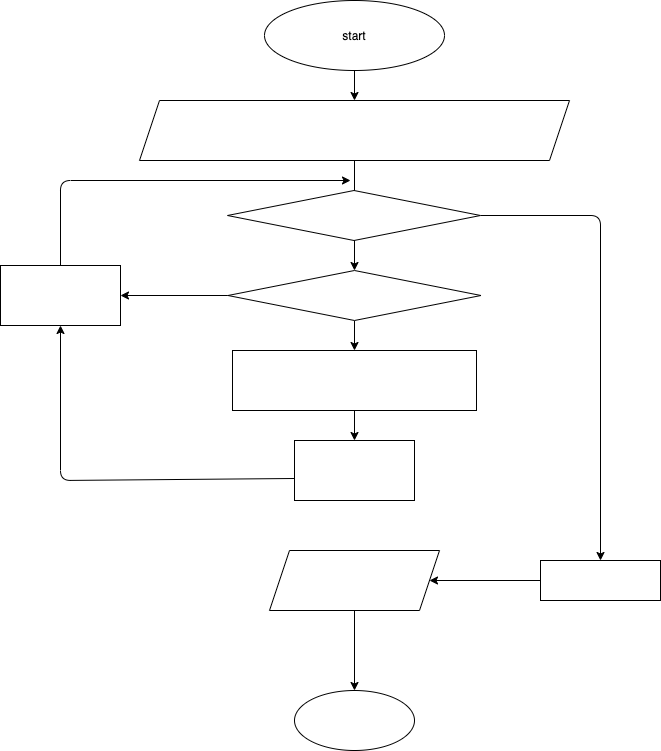
The draw.io diagram block.png in LostAmethyst/final_test, before a commit. Source tidied: cells renumbered, new cells last; positions are measured from the earlier drawing's top-left corner, leaving out a move shared by most shapes. Source of this version:
```xml
<mxGraphModel>
  <root>
    <mxCell id="0" />
    <mxCell id="1" parent="0" />
    <mxCell id="2" style="edgeStyle=none;html=1;fontColor=#FFFFFF;" parent="1" edge="1" source="3" target="5">
      <mxGeometry relative="1" as="geometry" />
    </mxCell>
    <mxCell id="3" value="start" style="ellipse;whiteSpace=wrap;html=1;" parent="1" vertex="1">
      <mxGeometry x="264" width="180" height="70" as="geometry" />
    </mxCell>
    <mxCell id="4" style="edgeStyle=none;html=1;fontColor=#FFFFFF;" parent="1" edge="1" source="5" target="10">
      <mxGeometry relative="1" as="geometry" />
    </mxCell>
    <mxCell id="5" value="&lt;p class=&quot;p1&quot; style=&quot;margin: 0px ; font-stretch: normal ; font-size: 13px ; line-height: normal ; font-family: &amp;#34;helvetica neue&amp;#34;&quot;&gt;&lt;font color=&quot;#ffffff&quot;&gt;string[] firstArray = { &quot;1234&quot;, &quot;1567&quot;, &quot;-2&quot;, &quot;computer science&quot;};&lt;/font&gt;&lt;/p&gt;&lt;p class=&quot;p1&quot; style=&quot;margin: 0px ; font-stretch: normal ; font-size: 13px ; line-height: normal ; font-family: &amp;#34;helvetica neue&amp;#34;&quot;&gt;&lt;font color=&quot;#ffffff&quot;&gt;string[] newArray = GetArray(firstArray);&lt;/font&gt;&lt;/p&gt;&lt;p class=&quot;p1&quot; style=&quot;margin: 0px ; font-stretch: normal ; font-size: 13px ; line-height: normal ; font-family: &amp;#34;helvetica neue&amp;#34;&quot;&gt;&lt;font color=&quot;#ffffff&quot;&gt;var i = 0;&lt;/font&gt;&lt;/p&gt;&lt;p class=&quot;p1&quot; style=&quot;margin: 0px ; font-stretch: normal ; font-size: 13px ; line-height: normal ; font-family: &amp;#34;helvetica neue&amp;#34;&quot;&gt;&lt;font color=&quot;#ffffff&quot;&gt;int realSize = 0;&amp;nbsp;&lt;/font&gt;&lt;/p&gt;" style="shape=parallelogram;perimeter=parallelogramPerimeter;whiteSpace=wrap;html=1;fixedSize=1;" parent="1" vertex="1">
      <mxGeometry x="139" y="100" width="430" height="60" as="geometry" />
    </mxCell>
    <mxCell id="6" style="edgeStyle=none;html=1;fontColor=#FFFFFF;" parent="1" edge="1" source="7" target="21">
      <mxGeometry relative="1" as="geometry">
        <Array as="points">
          <mxPoint x="600" y="215" />
        </Array>
      </mxGeometry>
    </mxCell>
    <mxCell id="7" value="i &amp;lt; firstArray.Length" style="rhombus;whiteSpace=wrap;html=1;fontColor=#FFFFFF;" parent="1" vertex="1">
      <mxGeometry x="227" y="190" width="253" height="50" as="geometry" />
    </mxCell>
    <mxCell id="8" style="edgeStyle=none;html=1;fontColor=#FFFFFF;" parent="1" edge="1" source="10" target="12">
      <mxGeometry relative="1" as="geometry" />
    </mxCell>
    <mxCell id="9" style="edgeStyle=none;html=1;entryX=1;entryY=0.5;entryDx=0;entryDy=0;fontColor=#FFFFFF;" parent="1" edge="1" source="10" target="16">
      <mxGeometry relative="1" as="geometry" />
    </mxCell>
    <mxCell id="10" value="firstArray[i].Length &amp;lt;= 3" style="rhombus;whiteSpace=wrap;html=1;fontColor=#FFFFFF;" parent="1" vertex="1">
      <mxGeometry x="227.5" y="270" width="253" height="50" as="geometry" />
    </mxCell>
    <mxCell id="11" style="edgeStyle=none;html=1;fontColor=#FFFFFF;" parent="1" edge="1" source="12" target="14">
      <mxGeometry relative="1" as="geometry" />
    </mxCell>
    <mxCell id="12" value="newArray[realSize] = firstArray[i];" style="rounded=0;whiteSpace=wrap;html=1;fontColor=#FFFFFF;" parent="1" vertex="1">
      <mxGeometry x="232" y="350" width="244" height="60" as="geometry" />
    </mxCell>
    <mxCell id="13" style="edgeStyle=none;html=1;fontColor=#FFFFFF;exitX=0.008;exitY=0.633;exitDx=0;exitDy=0;exitPerimeter=0;" parent="1" edge="1" source="14" target="16">
      <mxGeometry relative="1" as="geometry">
        <Array as="points">
          <mxPoint x="60" y="480" />
        </Array>
      </mxGeometry>
    </mxCell>
    <mxCell id="14" value="realSize ++;" style="rounded=0;whiteSpace=wrap;html=1;fontColor=#FFFFFF;" parent="1" vertex="1">
      <mxGeometry x="294" y="440" width="120" height="60" as="geometry" />
    </mxCell>
    <mxCell id="15" style="edgeStyle=none;html=1;fontColor=#FFFFFF;" parent="1" edge="1" source="16">
      <mxGeometry relative="1" as="geometry">
        <mxPoint x="350" y="180" as="targetPoint" />
        <Array as="points">
          <mxPoint x="60" y="180" />
        </Array>
      </mxGeometry>
    </mxCell>
    <mxCell id="16" value="i++;" style="rounded=0;whiteSpace=wrap;html=1;fontColor=#FFFFFF;" parent="1" vertex="1">
      <mxGeometry y="265" width="120" height="60" as="geometry" />
    </mxCell>
    <mxCell id="17" value="yes" style="text;html=1;align=center;verticalAlign=middle;strokeColor=none;fillColor=none;fontColor=#FFFFFF;" parent="1" vertex="1">
      <mxGeometry x="354" y="245" width="30" height="20" as="geometry" />
    </mxCell>
    <mxCell id="18" value="yes" style="text;html=1;align=center;verticalAlign=middle;strokeColor=none;fillColor=none;fontColor=#FFFFFF;" parent="1" vertex="1">
      <mxGeometry x="360" y="325" width="30" height="20" as="geometry" />
    </mxCell>
    <mxCell id="19" value="no" style="text;html=1;align=center;verticalAlign=middle;strokeColor=none;fillColor=none;fontColor=#FFFFFF;" parent="1" vertex="1">
      <mxGeometry x="135" y="270" width="30" height="20" as="geometry" />
    </mxCell>
    <mxCell id="20" style="edgeStyle=none;html=1;fontColor=#FFFFFF;" parent="1" edge="1" source="21" target="24">
      <mxGeometry relative="1" as="geometry" />
    </mxCell>
    <mxCell id="21" value="Array.Resize" style="whiteSpace=wrap;html=1;fontColor=#FFFFFF;" parent="1" vertex="1">
      <mxGeometry x="540" y="560" width="120" height="40" as="geometry" />
    </mxCell>
    <mxCell id="22" value="no" style="text;html=1;align=center;verticalAlign=middle;strokeColor=none;fillColor=none;fontColor=#FFFFFF;" parent="1" vertex="1">
      <mxGeometry x="500" y="195" width="30" height="20" as="geometry" />
    </mxCell>
    <mxCell id="23" style="edgeStyle=none;html=1;fontColor=#FFFFFF;" parent="1" edge="1" source="24" target="25">
      <mxGeometry relative="1" as="geometry" />
    </mxCell>
    <mxCell id="24" value="PrintArray(firstArray);&lt;br&gt;PrintArray(newArray);" style="shape=parallelogram;perimeter=parallelogramPerimeter;whiteSpace=wrap;html=1;fixedSize=1;fontColor=#FFFFFF;" parent="1" vertex="1">
      <mxGeometry x="269" y="550" width="170" height="60" as="geometry" />
    </mxCell>
    <mxCell id="25" value="finish" style="ellipse;whiteSpace=wrap;html=1;fontColor=#FFFFFF;" parent="1" vertex="1">
      <mxGeometry x="294" y="690" width="120" height="60" as="geometry" />
    </mxCell>
  </root>
</mxGraphModel>
```
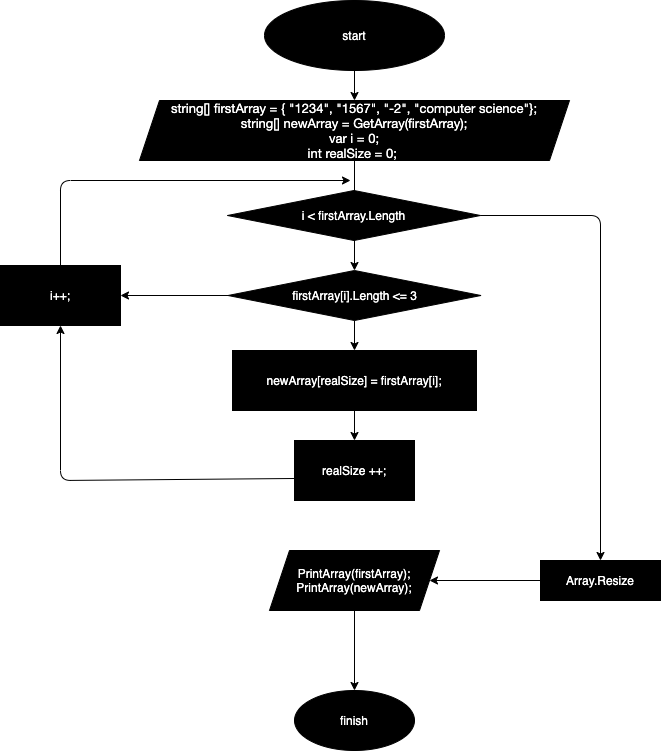
After the change.

Commit message:
fix block-shema

What changed in the source:
```diff
@@ -5,13 +5,13 @@
     <mxCell id="2" style="edgeStyle=none;html=1;fontColor=#FFFFFF;" parent="1" edge="1" source="3" target="5">
       <mxGeometry relative="1" as="geometry" />
     </mxCell>
-    <mxCell id="3" value="start" style="ellipse;whiteSpace=wrap;html=1;" parent="1" vertex="1">
+    <mxCell id="3" value="&lt;font color=&quot;#ffffff&quot;&gt;start&lt;/font&gt;" style="ellipse;whiteSpace=wrap;html=1;fillColor=#000000;" parent="1" vertex="1">
       <mxGeometry x="264" width="180" height="70" as="geometry" />
     </mxCell>
     <mxCell id="4" style="edgeStyle=none;html=1;fontColor=#FFFFFF;" parent="1" edge="1" source="5" target="10">
       <mxGeometry relative="1" as="geometry" />
     </mxCell>
-    <mxCell id="5" value="&lt;p class=&quot;p1&quot; style=&quot;margin: 0px ; font-stretch: normal ; font-size: 13px ; line-height: normal ; font-family: &amp;#34;helvetica neue&amp;#34;&quot;&gt;&lt;font color=&quot;#ffffff&quot;&gt;string[] firstArray = { &quot;1234&quot;, &quot;1567&quot;, &quot;-2&quot;, &quot;computer science&quot;};&lt;/font&gt;&lt;/p&gt;&lt;p class=&quot;p1&quot; style=&quot;margin: 0px ; font-stretch: normal ; font-size: 13px ; line-height: normal ; font-family: &amp;#34;helvetica neue&amp;#34;&quot;&gt;&lt;font color=&quot;#ffffff&quot;&gt;string[] newArray = GetArray(firstArray);&lt;/font&gt;&lt;/p&gt;&lt;p class=&quot;p1&quot; style=&quot;margin: 0px ; font-stretch: normal ; font-size: 13px ; line-height: normal ; font-family: &amp;#34;helvetica neue&amp;#34;&quot;&gt;&lt;font color=&quot;#ffffff&quot;&gt;var i = 0;&lt;/font&gt;&lt;/p&gt;&lt;p class=&quot;p1&quot; style=&quot;margin: 0px ; font-stretch: normal ; font-size: 13px ; line-height: normal ; font-family: &amp;#34;helvetica neue&amp;#34;&quot;&gt;&lt;font color=&quot;#ffffff&quot;&gt;int realSize = 0;&amp;nbsp;&lt;/font&gt;&lt;/p&gt;" style="shape=parallelogram;perimeter=parallelogramPerimeter;whiteSpace=wrap;html=1;fixedSize=1;" parent="1" vertex="1">
+    <mxCell id="5" value="&lt;p class=&quot;p1&quot; style=&quot;margin: 0px ; font-stretch: normal ; font-size: 13px ; line-height: normal ; font-family: &amp;#34;helvetica neue&amp;#34;&quot;&gt;&lt;font color=&quot;#ffffff&quot;&gt;string[] firstArray = { &quot;1234&quot;, &quot;1567&quot;, &quot;-2&quot;, &quot;computer science&quot;};&lt;/font&gt;&lt;/p&gt;&lt;p class=&quot;p1&quot; style=&quot;margin: 0px ; font-stretch: normal ; font-size: 13px ; line-height: normal ; font-family: &amp;#34;helvetica neue&amp;#34;&quot;&gt;&lt;font color=&quot;#ffffff&quot;&gt;string[] newArray = GetArray(firstArray);&lt;/font&gt;&lt;/p&gt;&lt;p class=&quot;p1&quot; style=&quot;margin: 0px ; font-stretch: normal ; font-size: 13px ; line-height: normal ; font-family: &amp;#34;helvetica neue&amp;#34;&quot;&gt;&lt;font color=&quot;#ffffff&quot;&gt;var i = 0;&lt;/font&gt;&lt;/p&gt;&lt;p class=&quot;p1&quot; style=&quot;margin: 0px ; font-stretch: normal ; font-size: 13px ; line-height: normal ; font-family: &amp;#34;helvetica neue&amp;#34;&quot;&gt;&lt;font color=&quot;#ffffff&quot;&gt;int realSize = 0;&amp;nbsp;&lt;/font&gt;&lt;/p&gt;" style="shape=parallelogram;perimeter=parallelogramPerimeter;whiteSpace=wrap;html=1;fixedSize=1;fillColor=#000000;" parent="1" vertex="1">
       <mxGeometry x="139" y="100" width="430" height="60" as="geometry" />
     </mxCell>
     <mxCell id="6" style="edgeStyle=none;html=1;fontColor=#FFFFFF;" parent="1" edge="1" source="7" target="21">
@@ -21,7 +21,7 @@
         </Array>
       </mxGeometry>
     </mxCell>
-    <mxCell id="7" value="i &amp;lt; firstArray.Length" style="rhombus;whiteSpace=wrap;html=1;fontColor=#FFFFFF;" parent="1" vertex="1">
+    <mxCell id="7" value="i &amp;lt; firstArray.Length" style="rhombus;whiteSpace=wrap;html=1;fontColor=#FFFFFF;fillColor=#000000;" parent="1" vertex="1">
       <mxGeometry x="227" y="190" width="253" height="50" as="geometry" />
     </mxCell>
     <mxCell id="8" style="edgeStyle=none;html=1;fontColor=#FFFFFF;" parent="1" edge="1" source="10" target="12">
@@ -30,13 +30,13 @@
     <mxCell id="9" style="edgeStyle=none;html=1;entryX=1;entryY=0.5;entryDx=0;entryDy=0;fontColor=#FFFFFF;" parent="1" edge="1" source="10" target="16">
       <mxGeometry relative="1" as="geometry" />
     </mxCell>
-    <mxCell id="10" value="firstArray[i].Length &amp;lt;= 3" style="rhombus;whiteSpace=wrap;html=1;fontColor=#FFFFFF;" parent="1" vertex="1">
+    <mxCell id="10" value="firstArray[i].Length &amp;lt;= 3" style="rhombus;whiteSpace=wrap;html=1;fontColor=#FFFFFF;fillColor=#000000;" parent="1" vertex="1">
       <mxGeometry x="227.5" y="270" width="253" height="50" as="geometry" />
     </mxCell>
     <mxCell id="11" style="edgeStyle=none;html=1;fontColor=#FFFFFF;" parent="1" edge="1" source="12" target="14">
       <mxGeometry relative="1" as="geometry" />
     </mxCell>
-    <mxCell id="12" value="newArray[realSize] = firstArray[i];" style="rounded=0;whiteSpace=wrap;html=1;fontColor=#FFFFFF;" parent="1" vertex="1">
+    <mxCell id="12" value="newArray[realSize] = firstArray[i];" style="rounded=0;whiteSpace=wrap;html=1;fontColor=#FFFFFF;fillColor=#000000;" parent="1" vertex="1">
       <mxGeometry x="232" y="350" width="244" height="60" as="geometry" />
     </mxCell>
     <mxCell id="13" style="edgeStyle=none;html=1;fontColor=#FFFFFF;exitX=0.008;exitY=0.633;exitDx=0;exitDy=0;exitPerimeter=0;" parent="1" edge="1" source="14" target="16">
@@ -46,7 +46,7 @@
         </Array>
       </mxGeometry>
     </mxCell>
-    <mxCell id="14" value="realSize ++;" style="rounded=0;whiteSpace=wrap;html=1;fontColor=#FFFFFF;" parent="1" vertex="1">
+    <mxCell id="14" value="realSize ++;" style="rounded=0;whiteSpace=wrap;html=1;fontColor=#FFFFFF;fillColor=#000000;" parent="1" vertex="1">
       <mxGeometry x="294" y="440" width="120" height="60" as="geometry" />
     </mxCell>
     <mxCell id="15" style="edgeStyle=none;html=1;fontColor=#FFFFFF;" parent="1" edge="1" source="16">
@@ -57,7 +57,7 @@
         </Array>
       </mxGeometry>
     </mxCell>
-    <mxCell id="16" value="i++;" style="rounded=0;whiteSpace=wrap;html=1;fontColor=#FFFFFF;" parent="1" vertex="1">
+    <mxCell id="16" value="i++;" style="rounded=0;whiteSpace=wrap;html=1;fontColor=#FFFFFF;fillColor=#000000;" parent="1" vertex="1">
       <mxGeometry y="265" width="120" height="60" as="geometry" />
     </mxCell>
     <mxCell id="17" value="yes" style="text;html=1;align=center;verticalAlign=middle;strokeColor=none;fillColor=none;fontColor=#FFFFFF;" parent="1" vertex="1">
@@ -72,7 +72,7 @@
     <mxCell id="20" style="edgeStyle=none;html=1;fontColor=#FFFFFF;" parent="1" edge="1" source="21" target="24">
       <mxGeometry relative="1" as="geometry" />
     </mxCell>
-    <mxCell id="21" value="Array.Resize" style="whiteSpace=wrap;html=1;fontColor=#FFFFFF;" parent="1" vertex="1">
+    <mxCell id="21" value="Array.Resize" style="whiteSpace=wrap;html=1;fontColor=#FFFFFF;fillColor=#000000;" parent="1" vertex="1">
       <mxGeometry x="540" y="560" width="120" height="40" as="geometry" />
     </mxCell>
     <mxCell id="22" value="no" style="text;html=1;align=center;verticalAlign=middle;strokeColor=none;fillColor=none;fontColor=#FFFFFF;" parent="1" vertex="1">
@@ -81,10 +81,10 @@
     <mxCell id="23" style="edgeStyle=none;html=1;fontColor=#FFFFFF;" parent="1" edge="1" source="24" target="25">
       <mxGeometry relative="1" as="geometry" />
     </mxCell>
-    <mxCell id="24" value="PrintArray(firstArray);&lt;br&gt;PrintArray(newArray);" style="shape=parallelogram;perimeter=parallelogramPerimeter;whiteSpace=wrap;html=1;fixedSize=1;fontColor=#FFFFFF;" parent="1" vertex="1">
+    <mxCell id="24" value="PrintArray(firstArray);&lt;br&gt;PrintArray(newArray);" style="shape=parallelogram;perimeter=parallelogramPerimeter;whiteSpace=wrap;html=1;fixedSize=1;fontColor=#FFFFFF;fillColor=#000000;" parent="1" vertex="1">
       <mxGeometry x="269" y="550" width="170" height="60" as="geometry" />
     </mxCell>
-    <mxCell id="25" value="finish" style="ellipse;whiteSpace=wrap;html=1;fontColor=#FFFFFF;" parent="1" vertex="1">
+    <mxCell id="25" value="finish" style="ellipse;whiteSpace=wrap;html=1;fontColor=#FFFFFF;fillColor=#000000;" parent="1" vertex="1">
       <mxGeometry x="294" y="690" width="120" height="60" as="geometry" />
     </mxCell>
   </root>
```
